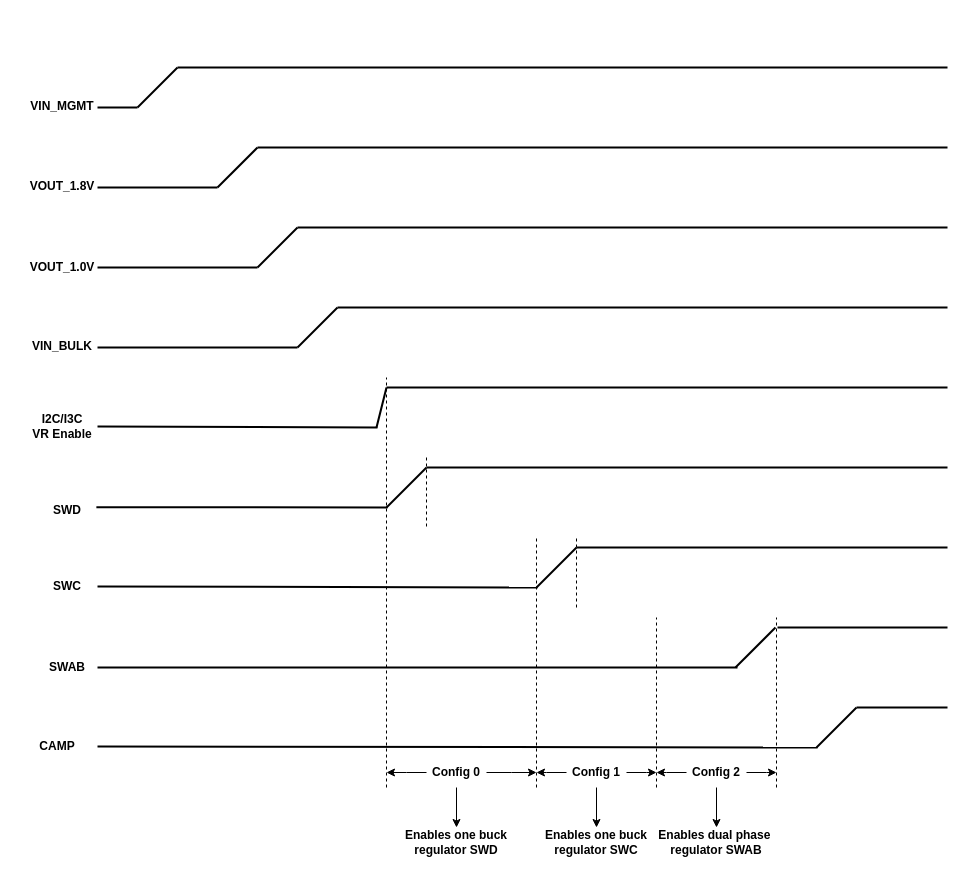
Above: docs/images/dimm/pmic_init.drawio in shingaridavesh/memoryandarchitecture (draw.io), before the change. Source tidied: cells renumbered, new cells numbered last; positions are measured from the earlier drawing's top-left corner, leaving out a move shared by most shapes. Both pictures are drawn from the tidied source at 100%, with x=0, y=0 at pixel (17, 67).
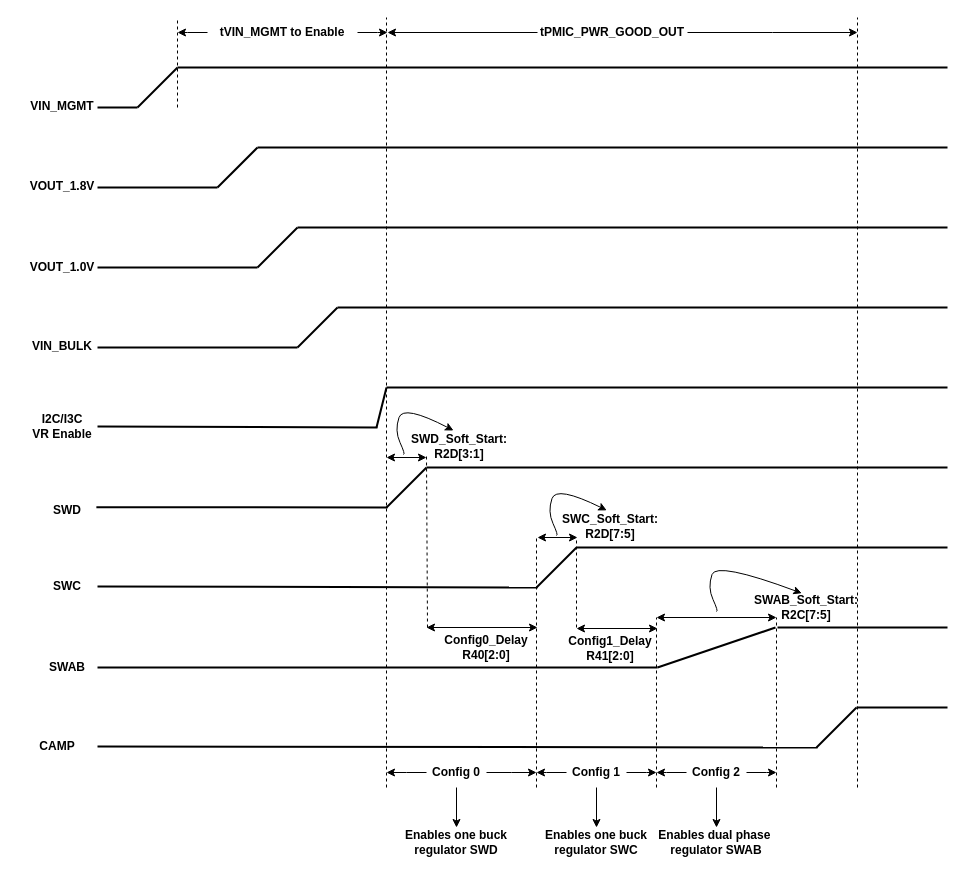
The same diagram, later.

Unchanged cells that the change refers to:
```xml
<mxCell id="16" value="&lt;b&gt;SWAB&lt;/b&gt;" style="text;html=1;align=center;verticalAlign=middle;whiteSpace=wrap;rounded=0;" parent="1" vertex="1">
  <mxGeometry x="20" y="585" width="60" height="30" as="geometry" />
</mxCell>
```

Diff of the diagram source:
```diff
@@
     <mxCell id="8" style="endArrow=none;html=1;rounded=0;strokeWidth=2;exitX=1;exitY=0.5;exitDx=0;exitDy=0;" parent="1" edge="1" source="16">
       <mxGeometry relative="1" as="geometry">
-        <mxPoint x="720" y="600" as="targetPoint" />
+        <mxPoint x="640" y="600" as="targetPoint" />
       </mxGeometry>
     </mxCell>
     <mxCell id="9" style="endArrow=none;html=1;rounded=0;strokeWidth=2;" parent="1" edge="1">
       <mxGeometry relative="1" as="geometry">
-        <mxPoint x="718" y="600" as="sourcePoint" />
+        <mxPoint x="640" y="600" as="sourcePoint" />
         <mxPoint x="758" y="560" as="targetPoint" />
       </mxGeometry>
     </mxCell>
@@
     <mxCell id="18" style="endArrow=none;dashed=1;html=1;rounded=0;" parent="1" edge="1">
       <mxGeometry relative="1" as="geometry">
-        <mxPoint x="409" y="459" as="sourcePoint" />
+        <mxPoint x="410" y="560" as="sourcePoint" />
         <mxPoint x="409" y="389" as="targetPoint" />
       </mxGeometry>
     </mxCell>
@@
     <mxCell id="20" style="endArrow=none;dashed=1;html=1;rounded=0;" parent="1" edge="1">
       <mxGeometry relative="1" as="geometry">
-        <mxPoint x="559" y="540" as="sourcePoint" />
+        <mxPoint x="559" y="560" as="sourcePoint" />
         <mxPoint x="559" y="470" as="targetPoint" />
       </mxGeometry>
     </mxCell>
@@
     <mxCell id="27" style="endArrow=none;dashed=1;html=1;rounded=0;" parent="1" edge="1">
       <mxGeometry relative="1" as="geometry">
         <mxPoint x="369" y="720" as="sourcePoint" />
-        <mxPoint x="369" y="310" as="targetPoint" />
+        <mxPoint x="369" y="-50" as="targetPoint" />
       </mxGeometry>
     </mxCell>
@@
+    <mxCell id="59" style="endArrow=none;dashed=1;html=1;rounded=0;" parent="1" edge="1">
+      <mxGeometry relative="1" as="geometry">
+        <mxPoint x="840" y="720" as="sourcePoint" />
+        <mxPoint x="840" y="-50" as="targetPoint" />
+      </mxGeometry>
+    </mxCell>
+    <mxCell id="60" style="endArrow=none;dashed=1;html=1;rounded=0;" parent="1" edge="1">
+      <mxGeometry relative="1" as="geometry">
+        <mxPoint x="160" y="40" as="sourcePoint" />
+        <mxPoint x="160" y="-50" as="targetPoint" />
+      </mxGeometry>
+    </mxCell>
+    <mxCell id="61" style="edgeStyle=orthogonalEdgeStyle;rounded=0;jettySize=auto;html=1;" parent="1" edge="1" source="63">
+      <mxGeometry relative="1" as="geometry">
+        <mxPoint x="370" y="-35" as="targetPoint" />
+      </mxGeometry>
+    </mxCell>
+    <mxCell id="62" style="edgeStyle=orthogonalEdgeStyle;rounded=0;jettySize=auto;html=1;" parent="1" edge="1" source="63">
+      <mxGeometry relative="1" as="geometry">
+        <mxPoint x="160" y="-35" as="targetPoint" />
+      </mxGeometry>
+    </mxCell>
+    <mxCell id="63" value="&lt;b&gt;tVIN_MGMT to Enable&lt;/b&gt;" style="text;html=1;align=center;verticalAlign=middle;whiteSpace=wrap;rounded=0;" parent="1" vertex="1">
+      <mxGeometry x="190" y="-50" width="150" height="30" as="geometry" />
+    </mxCell>
+    <mxCell id="64" style="edgeStyle=orthogonalEdgeStyle;rounded=0;jettySize=auto;html=1;" parent="1" edge="1" source="66">
+      <mxGeometry relative="1" as="geometry">
+        <mxPoint x="840" y="-35" as="targetPoint" />
+      </mxGeometry>
+    </mxCell>
+    <mxCell id="65" style="edgeStyle=orthogonalEdgeStyle;rounded=0;jettySize=auto;html=1;" parent="1" edge="1" source="66">
+      <mxGeometry relative="1" as="geometry">
+        <mxPoint x="370" y="-35" as="targetPoint" />
+      </mxGeometry>
+    </mxCell>
+    <mxCell id="66" value="&lt;b&gt;tPMIC_PWR_GOOD_OUT&lt;/b&gt;" style="text;html=1;align=center;verticalAlign=middle;whiteSpace=wrap;rounded=0;" parent="1" vertex="1">
+      <mxGeometry x="520" y="-50" width="150" height="30" as="geometry" />
+    </mxCell>
+    <mxCell id="67" style="endArrow=classic;startArrow=classic;html=1;rounded=0;" parent="1" edge="1">
+      <mxGeometry relative="1" as="geometry">
+        <mxPoint x="369" y="390" as="sourcePoint" />
+        <mxPoint x="409" y="390" as="targetPoint" />
+      </mxGeometry>
+    </mxCell>
+    <mxCell id="68" style="endArrow=classic;startArrow=classic;html=1;rounded=0;" parent="1" edge="1">
+      <mxGeometry relative="1" as="geometry">
+        <mxPoint x="520" y="470" as="sourcePoint" />
+        <mxPoint x="560" y="470" as="targetPoint" />
+      </mxGeometry>
+    </mxCell>
+    <mxCell id="69" style="endArrow=classic;startArrow=classic;html=1;rounded=0;" parent="1" edge="1">
+      <mxGeometry relative="1" as="geometry">
+        <mxPoint x="639" y="550" as="sourcePoint" />
+        <mxPoint x="759" y="550" as="targetPoint" />
+      </mxGeometry>
+    </mxCell>
+    <mxCell id="70" value="&lt;b&gt;SWD_Soft_Start: R2D[3:1]&lt;/b&gt;" style="text;html=1;align=center;verticalAlign=middle;whiteSpace=wrap;rounded=0;" parent="1" vertex="1">
+      <mxGeometry x="412" y="364" width="60" height="30" as="geometry" />
+    </mxCell>
+    <mxCell id="71" value="&lt;b&gt;SWC_Soft_Start: R2D[7:5]&lt;/b&gt;" style="text;html=1;align=center;verticalAlign=middle;whiteSpace=wrap;rounded=0;" parent="1" vertex="1">
+      <mxGeometry x="563" y="444" width="60" height="30" as="geometry" />
+    </mxCell>
+    <mxCell id="72" value="&lt;b&gt;SWAB_Soft_Start: R2C[7:5]&lt;/b&gt;" style="text;html=1;align=center;verticalAlign=middle;whiteSpace=wrap;rounded=0;" parent="1" vertex="1">
+      <mxGeometry x="759" y="525" width="60" height="30" as="geometry" />
+    </mxCell>
+    <mxCell id="73" style="endArrow=classic;startArrow=classic;html=1;rounded=0;" parent="1" edge="1">
+      <mxGeometry relative="1" as="geometry">
+        <mxPoint x="409" y="560" as="sourcePoint" />
+        <mxPoint x="520" y="560" as="targetPoint" />
+      </mxGeometry>
+    </mxCell>
+    <mxCell id="74" style="endArrow=classic;startArrow=classic;html=1;rounded=0;" parent="1" edge="1">
+      <mxGeometry relative="1" as="geometry">
+        <mxPoint x="559" y="561" as="sourcePoint" />
+        <mxPoint x="640" y="561" as="targetPoint" />
+      </mxGeometry>
+    </mxCell>
+    <mxCell id="75" value="&lt;b&gt;Config0_Delay&lt;/b&gt;&lt;div&gt;&lt;b&gt;R40[2:0]&lt;/b&gt;&lt;/div&gt;" style="text;html=1;align=center;verticalAlign=middle;whiteSpace=wrap;rounded=0;" parent="1" vertex="1">
+      <mxGeometry x="439" y="565" width="60" height="30" as="geometry" />
+    </mxCell>
+    <mxCell id="76" value="&lt;b&gt;Config1_Delay&lt;/b&gt;&lt;div&gt;&lt;b&gt;R41[2:0]&lt;/b&gt;&lt;/div&gt;" style="text;html=1;align=center;verticalAlign=middle;whiteSpace=wrap;rounded=0;" parent="1" vertex="1">
+      <mxGeometry x="563" y="566" width="60" height="30" as="geometry" />
+    </mxCell>
+    <mxCell id="77" style="curved=1;endArrow=classic;html=1;rounded=0;strokeWidth=1;" parent="1" edge="1">
+      <mxGeometry relative="1" as="geometry">
+        <mxPoint x="386" y="387" as="sourcePoint" />
+        <mxPoint x="436" y="363" as="targetPoint" />
+        <Array as="points">
+          <mxPoint x="388" y="387" />
+          <mxPoint x="377" y="363" />
+          <mxPoint x="386" y="337" />
+        </Array>
+      </mxGeometry>
+    </mxCell>
+    <mxCell id="78" style="curved=1;endArrow=classic;html=1;rounded=0;strokeWidth=1;entryX=0.437;entryY=-0.038;entryDx=0;entryDy=0;entryPerimeter=0;" parent="1" edge="1" target="71">
+      <mxGeometry relative="1" as="geometry">
+        <mxPoint x="539" y="468" as="sourcePoint" />
+        <Array as="points">
+          <mxPoint x="541" y="468" />
+          <mxPoint x="530" y="444" />
+          <mxPoint x="539" y="418" />
+        </Array>
+      </mxGeometry>
+    </mxCell>
+    <mxCell id="79" style="curved=1;endArrow=classic;html=1;rounded=0;strokeWidth=1;entryX=0.421;entryY=0.024;entryDx=0;entryDy=0;entryPerimeter=0;" parent="1" edge="1" target="72">
+      <mxGeometry relative="1" as="geometry">
+        <mxPoint x="699" y="544" as="sourcePoint" />
+        <Array as="points">
+          <mxPoint x="701" y="544" />
+          <mxPoint x="690" y="520" />
+          <mxPoint x="699" y="494" />
+        </Array>
+      </mxGeometry>
+    </mxCell>
```
